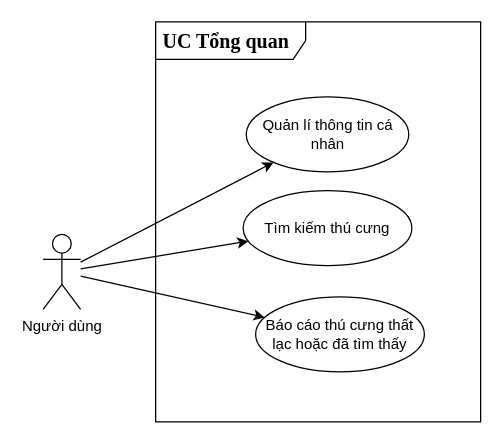
This is Untitled Diagram.drawio from TranSiTien/anchor-fetch-idl-history, a draw.io file, before an edit. Source tidied: cells renumbered, new cells numbered last; positions are measured from the earlier drawing's top-left corner, leaving out a move shared by most shapes. Both pictures are drawn from the tidied source at 125%, with x=0, y=0 at pixel (42, 21).
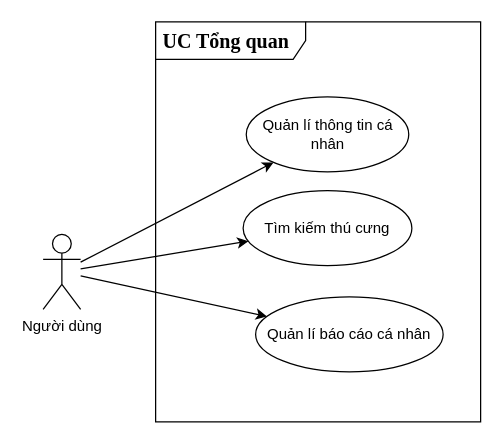
Above is the later version.

Diff of the diagram source:
```diff
@@
 <mxGraphModel>
   <root>
     <mxCell id="0" />
     <mxCell id="1" parent="0" />
     <mxCell id="2" value="Người dùng" style="shape=umlActor;verticalLabelPosition=bottom;verticalAlign=top;html=1;outlineConnect=0;" parent="1" vertex="1">
       <mxGeometry y="170" width="30" height="60" as="geometry" />
     </mxCell>
     <mxCell id="3" value="Quản lí thông tin cá nhân" style="ellipse;whiteSpace=wrap;html=1;" parent="1" vertex="1">
       <mxGeometry x="162.5" y="60" width="130" height="60" as="geometry" />
     </mxCell>
     <mxCell id="4" value="Tìm kiếm thú cưng" style="ellipse;whiteSpace=wrap;html=1;" parent="1" vertex="1">
       <mxGeometry x="160" y="135" width="135" height="60" as="geometry" />
     </mxCell>
-    <mxCell id="5" value="Báo cáo thú cưng thất lạc hoặc đã tìm thấy" style="ellipse;whiteSpace=wrap;html=1;" parent="1" vertex="1">
-      <mxGeometry x="170" y="220" width="135" height="60" as="geometry" />
+    <mxCell id="5" value="Quản lí báo cáo cá nhân" style="ellipse;whiteSpace=wrap;html=1;" parent="1" vertex="1">
+      <mxGeometry x="170" y="220" width="150" height="60" as="geometry" />
     </mxCell>
     <mxCell id="6" style="endArrow=classic;html=1;rounded=0;" parent="1" edge="1" source="2" target="3">
       <mxGeometry relative="1" as="geometry" />
     </mxCell>
     <mxCell id="7" style="endArrow=classic;html=1;rounded=0;" parent="1" edge="1" source="2" target="4">
       <mxGeometry relative="1" as="geometry" />
     </mxCell>
     <mxCell id="8" style="endArrow=classic;html=1;rounded=0;" parent="1" edge="1" source="2" target="5">
       <mxGeometry relative="1" as="geometry" />
     </mxCell>
     <mxCell id="9" value="&lt;font face=&quot;Times New Roman, serif&quot;&gt;&lt;span style=&quot;font-size: 16px;&quot;&gt;&lt;b&gt;&amp;nbsp;UC Tổng quan&lt;/b&gt;&lt;/span&gt;&lt;/font&gt;" style="shape=umlFrame;whiteSpace=wrap;html=1;width=120;height=30;align=left;" parent="1" vertex="1">
       <mxGeometry x="90" width="260" height="320" as="geometry" />
     </mxCell>
   </root>
 </mxGraphModel>
```
